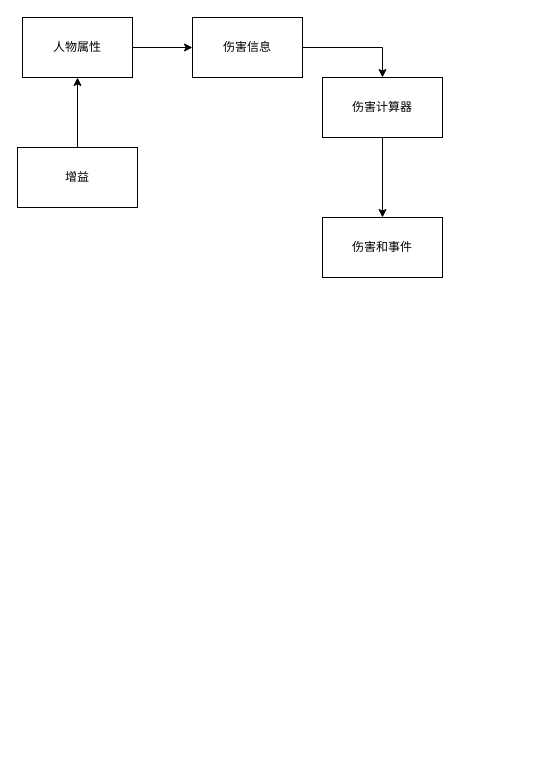
Above: games/drawios/text_dungeon.drawio in zuiyu1998/project_book (draw.io), before the change. Source tidied: cells renumbered, new cells numbered last; positions are measured from the earlier drawing's top-left corner, leaving out a move shared by most shapes. Both pictures are drawn from the tidied source at 100%, with x=0, y=0 at pixel (17, 17).
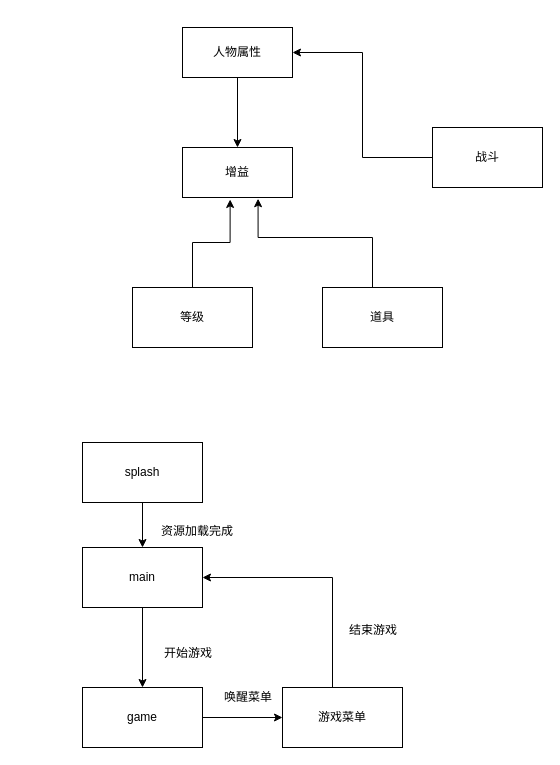
The same diagram, later.

Diff of the diagram source:
```diff
@@
-    <mxCell id="2" style="edgeStyle=orthogonalEdgeStyle;rounded=0;jettySize=auto;html=1;entryX=0;entryY=0.5;entryDx=0;entryDy=0;" parent="1" edge="1" source="3" target="10">
-      <mxGeometry relative="1" as="geometry" />
-    </mxCell>
+    <mxCell id="11" style="edgeStyle=orthogonalEdgeStyle;rounded=0;jettySize=auto;html=1;" parent="1" edge="1" source="3" target="8">
+      <mxGeometry relative="1" as="geometry" />
+    </mxCell>
     <mxCell id="3" value="人物属性" style="rounded=0;whiteSpace=wrap;html=1;" parent="1" vertex="1">
-      <mxGeometry x="5" width="110" height="60" as="geometry" />
+      <mxGeometry x="165" y="10" width="110" height="50" as="geometry" />
     </mxCell>
-    <mxCell id="4" style="edgeStyle=orthogonalEdgeStyle;rounded=0;jettySize=auto;html=1;" parent="1" edge="1" source="5" target="6">
-      <mxGeometry relative="1" as="geometry" />
-    </mxCell>
-    <mxCell id="5" value="伤害计算器" style="rounded=0;whiteSpace=wrap;html=1;" parent="1" vertex="1">
-      <mxGeometry x="305" y="60" width="120" height="60" as="geometry" />
-    </mxCell>
-    <mxCell id="6" value="伤害和事件" style="rounded=0;whiteSpace=wrap;html=1;" parent="1" vertex="1">
-      <mxGeometry x="305" y="200" width="120" height="60" as="geometry" />
-    </mxCell>
-    <mxCell id="7" style="edgeStyle=orthogonalEdgeStyle;rounded=0;jettySize=auto;html=1;entryX=0.5;entryY=1;entryDx=0;entryDy=0;" parent="1" edge="1" source="8" target="3">
-      <mxGeometry relative="1" as="geometry" />
-    </mxCell>
     <mxCell id="8" value="增益" style="rounded=0;whiteSpace=wrap;html=1;" parent="1" vertex="1">
-      <mxGeometry y="130" width="120" height="60" as="geometry" />
+      <mxGeometry x="165" y="130" width="110" height="50" as="geometry" />
     </mxCell>
-    <mxCell id="9" style="edgeStyle=orthogonalEdgeStyle;rounded=0;jettySize=auto;html=1;entryX=0.5;entryY=0;entryDx=0;entryDy=0;" parent="1" edge="1" source="10" target="5">
-      <mxGeometry relative="1" as="geometry" />
-    </mxCell>
+    <mxCell id="12" style="edgeStyle=orthogonalEdgeStyle;rounded=0;jettySize=auto;html=1;entryX=1;entryY=0.5;entryDx=0;entryDy=0;" parent="1" edge="1" source="10" target="3">
+      <mxGeometry relative="1" as="geometry" />
+    </mxCell>
-    <mxCell id="10" value="伤害信息" style="rounded=0;whiteSpace=wrap;html=1;" parent="1" vertex="1">
-      <mxGeometry x="175" width="110" height="60" as="geometry" />
+    <mxCell id="10" value="战斗" style="rounded=0;whiteSpace=wrap;html=1;" parent="1" vertex="1">
+      <mxGeometry x="415" y="110" width="110" height="60" as="geometry" />
     </mxCell>
+    <mxCell id="13" style="edgeStyle=orthogonalEdgeStyle;rounded=0;jettySize=auto;html=1;entryX=0.433;entryY=1.04;entryDx=0;entryDy=0;entryPerimeter=0;" parent="1" edge="1" source="14" target="8">
+      <mxGeometry relative="1" as="geometry" />
+    </mxCell>
+    <mxCell id="14" value="等级" style="rounded=0;whiteSpace=wrap;html=1;" parent="1" vertex="1">
+      <mxGeometry x="115" y="270" width="120" height="60" as="geometry" />
+    </mxCell>
+    <mxCell id="15" style="edgeStyle=orthogonalEdgeStyle;rounded=0;jettySize=auto;html=1;entryX=0.687;entryY=1.024;entryDx=0;entryDy=0;entryPerimeter=0;" parent="1" edge="1" source="16" target="8">
+      <mxGeometry relative="1" as="geometry">
+        <Array as="points">
+          <mxPoint x="355" y="220" />
+          <mxPoint x="241" y="220" />
+        </Array>
+      </mxGeometry>
+    </mxCell>
+    <mxCell id="16" value="道具" style="rounded=0;whiteSpace=wrap;html=1;rotation=0;" parent="1" vertex="1">
+      <mxGeometry x="305" y="270" width="120" height="60" as="geometry" />
+    </mxCell>
+    <mxCell id="17" style="edgeStyle=orthogonalEdgeStyle;rounded=0;jettySize=auto;html=1;" parent="1" edge="1" source="18" target="20">
+      <mxGeometry relative="1" as="geometry" />
+    </mxCell>
+    <mxCell id="18" value="main" style="rounded=0;whiteSpace=wrap;html=1;" parent="1" vertex="1">
+      <mxGeometry x="65" y="530" width="120" height="60" as="geometry" />
+    </mxCell>
+    <mxCell id="19" style="edgeStyle=orthogonalEdgeStyle;rounded=0;jettySize=auto;html=1;" parent="1" edge="1" source="20" target="22">
+      <mxGeometry relative="1" as="geometry" />
+    </mxCell>
+    <mxCell id="20" value="game" style="rounded=0;whiteSpace=wrap;html=1;" parent="1" vertex="1">
+      <mxGeometry x="65" y="670" width="120" height="60" as="geometry" />
+    </mxCell>
+    <mxCell id="21" style="edgeStyle=orthogonalEdgeStyle;rounded=0;jettySize=auto;html=1;entryX=1;entryY=0.5;entryDx=0;entryDy=0;" parent="1" edge="1" source="22" target="18">
+      <mxGeometry relative="1" as="geometry">
+        <Array as="points">
+          <mxPoint x="315" y="560" />
+        </Array>
+      </mxGeometry>
+    </mxCell>
+    <mxCell id="22" value="游戏菜单" style="rounded=0;whiteSpace=wrap;html=1;" parent="1" vertex="1">
+      <mxGeometry x="265" y="670" width="120" height="60" as="geometry" />
+    </mxCell>
+    <mxCell id="23" value="开始游戏" style="text;html=1;align=left;verticalAlign=top;spacingTop=-4;" parent="1" vertex="1">
+      <mxGeometry x="145" y="626" width="60" height="20" as="geometry" />
+    </mxCell>
+    <mxCell id="24" value="唤醒菜单" style="text;html=1;align=left;verticalAlign=top;spacingTop=-4;" parent="1" vertex="1">
+      <mxGeometry x="205" y="670" width="60" height="20" as="geometry" />
+    </mxCell>
+    <mxCell id="25" value="结束游戏" style="text;html=1;align=left;verticalAlign=top;spacingTop=-4;" parent="1" vertex="1">
+      <mxGeometry x="330" y="603" width="60" height="20" as="geometry" />
+    </mxCell>
+    <mxCell id="26" style="edgeStyle=orthogonalEdgeStyle;rounded=0;jettySize=auto;html=1;entryX=0.5;entryY=0;entryDx=0;entryDy=0;" parent="1" edge="1" source="27" target="18">
+      <mxGeometry relative="1" as="geometry" />
+    </mxCell>
+    <mxCell id="27" value="splash" style="rounded=0;whiteSpace=wrap;html=1;" parent="1" vertex="1">
+      <mxGeometry x="65" y="425" width="120" height="60" as="geometry" />
+    </mxCell>
+    <mxCell id="28" value="资源加载完成" style="text;html=1;align=left;verticalAlign=top;spacingTop=-4;" parent="1" vertex="1">
+      <mxGeometry x="142" y="504" width="90" height="20" as="geometry" />
+    </mxCell>
```
